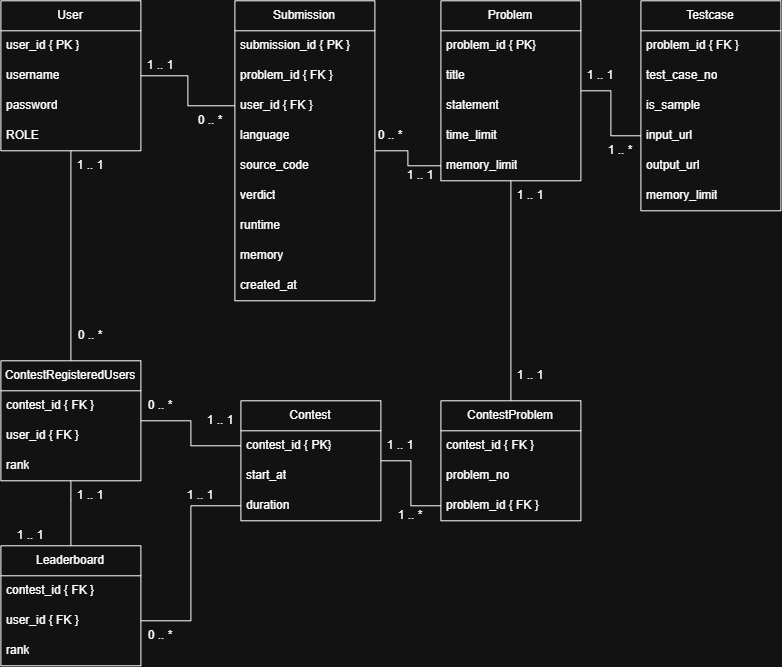
This is Images/OnlineJudgeERD.png from MuhammadTalha57/Online-Judge, a draw.io export, as it was before one commit. Source tidied: cells renumbered, new cells last; positions are measured from the earlier drawing's top-left corner, leaving out a move shared by most shapes.
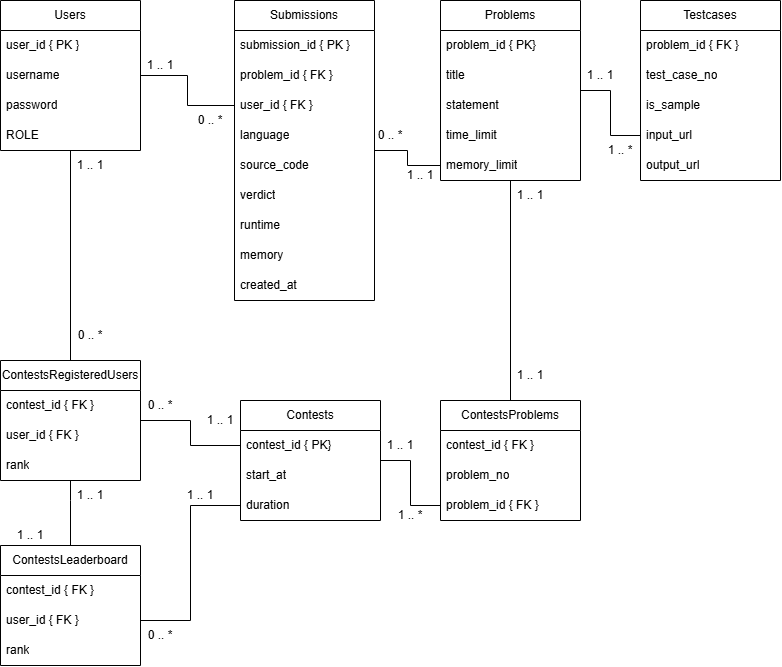
Later version of the same file.

What changed in the source:
```diff
@@ -5,7 +5,7 @@
     <mxCell id="2" style="edgeStyle=orthogonalEdgeStyle;rounded=0;jettySize=auto;html=1;endArrow=none;endFill=0;" parent="1" edge="1" source="3" target="26">
       <mxGeometry relative="1" as="geometry" />
     </mxCell>
-    <mxCell id="3" value="User" style="swimlane;fontStyle=0;horizontal=1;startSize=30;whiteSpace=wrap;html=1;" parent="1" vertex="1">
+    <mxCell id="3" value="Users" style="swimlane;fontStyle=0;horizontal=1;startSize=30;whiteSpace=wrap;html=1;" parent="1" vertex="1">
       <mxGeometry width="140" height="150" as="geometry" />
     </mxCell>
     <mxCell id="4" value="user_id { PK }" style="text;strokeColor=none;fillColor=none;align=left;verticalAlign=middle;spacingLeft=4;spacingRight=4;overflow=hidden;whiteSpace=wrap;html=1;" parent="3" vertex="1">
@@ -23,7 +23,7 @@
     <mxCell id="8" style="edgeStyle=orthogonalEdgeStyle;rounded=0;jettySize=auto;html=1;endArrow=none;endFill=0;" parent="1" edge="1" source="9" target="19">
       <mxGeometry relative="1" as="geometry" />
     </mxCell>
-    <mxCell id="9" value="Problem" style="swimlane;fontStyle=0;horizontal=1;startSize=30;whiteSpace=wrap;html=1;" parent="1" vertex="1">
+    <mxCell id="9" value="Problems" style="swimlane;fontStyle=0;horizontal=1;startSize=30;whiteSpace=wrap;html=1;" parent="1" vertex="1">
       <mxGeometry x="440" width="140" height="180" as="geometry" />
     </mxCell>
     <mxCell id="10" value="problem_id { PK}" style="text;strokeColor=none;fillColor=none;align=left;verticalAlign=middle;spacingLeft=4;spacingRight=4;overflow=hidden;whiteSpace=wrap;html=1;" parent="9" vertex="1">
@@ -41,8 +41,8 @@
     <mxCell id="14" value="memory_limit" style="text;strokeColor=none;fillColor=none;align=left;verticalAlign=middle;spacingLeft=4;spacingRight=4;overflow=hidden;points=[[0,0.5],[1,0.5]];portConstraint=eastwest;whiteSpace=wrap;html=1;" parent="9" vertex="1">
       <mxGeometry y="150" width="140" height="30" as="geometry" />
     </mxCell>
-    <mxCell id="15" value="Testcase" style="swimlane;fontStyle=0;horizontal=1;startSize=30;whiteSpace=wrap;html=1;" parent="1" vertex="1">
-      <mxGeometry x="640" width="140" height="210" as="geometry" />
+    <mxCell id="15" value="Testcases" style="swimlane;fontStyle=0;horizontal=1;startSize=30;whiteSpace=wrap;html=1;" parent="1" vertex="1">
+      <mxGeometry x="640" width="140" height="180" as="geometry" />
     </mxCell>
     <mxCell id="16" value="problem_id { FK }" style="text;strokeColor=none;fillColor=none;align=left;verticalAlign=middle;spacingLeft=4;spacingRight=4;overflow=hidden;whiteSpace=wrap;html=1;" parent="15" vertex="1">
       <mxGeometry y="30" width="140" height="30" as="geometry" />
@@ -59,13 +59,10 @@
     <mxCell id="20" value="output_url" style="text;strokeColor=none;fillColor=none;align=left;verticalAlign=middle;spacingLeft=4;spacingRight=4;overflow=hidden;whiteSpace=wrap;html=1;" parent="15" vertex="1">
       <mxGeometry y="150" width="140" height="30" as="geometry" />
     </mxCell>
-    <mxCell id="21" value="memory_limit" style="text;strokeColor=none;fillColor=none;align=left;verticalAlign=middle;spacingLeft=4;spacingRight=4;overflow=hidden;whiteSpace=wrap;html=1;" parent="15" vertex="1">
-      <mxGeometry y="180" width="140" height="30" as="geometry" />
-    </mxCell>
     <mxCell id="22" style="edgeStyle=orthogonalEdgeStyle;rounded=0;jettySize=auto;html=1;endArrow=none;endFill=0;" parent="1" edge="1" source="23" target="14">
       <mxGeometry relative="1" as="geometry" />
     </mxCell>
-    <mxCell id="23" value="Submission" style="swimlane;fontStyle=0;horizontal=1;startSize=30;whiteSpace=wrap;html=1;" parent="1" vertex="1">
+    <mxCell id="23" value="Submissions" style="swimlane;fontStyle=0;horizontal=1;startSize=30;whiteSpace=wrap;html=1;" parent="1" vertex="1">
       <mxGeometry x="234" width="140" height="300" as="geometry" />
     </mxCell>
     <mxCell id="24" value="submission_id { PK }" style="text;strokeColor=none;fillColor=none;align=left;verticalAlign=middle;spacingLeft=4;spacingRight=4;overflow=hidden;whiteSpace=wrap;html=1;" parent="23" vertex="1">
@@ -98,7 +95,7 @@
     <mxCell id="33" style="edgeStyle=orthogonalEdgeStyle;rounded=0;jettySize=auto;html=1;endArrow=none;endFill=0;" parent="1" edge="1" source="34" target="42">
       <mxGeometry relative="1" as="geometry" />
     </mxCell>
-    <mxCell id="34" value="Contest" style="swimlane;fontStyle=0;horizontal=1;startSize=30;whiteSpace=wrap;html=1;" parent="1" vertex="1">
+    <mxCell id="34" value="Contests" style="swimlane;fontStyle=0;horizontal=1;startSize=30;whiteSpace=wrap;html=1;" parent="1" vertex="1">
       <mxGeometry x="240" y="400" width="140" height="120" as="geometry" />
     </mxCell>
     <mxCell id="35" value="contest_id { PK}" style="text;strokeColor=none;fillColor=none;align=left;verticalAlign=middle;spacingLeft=4;spacingRight=4;overflow=hidden;points=[[0,0.5],[1,0.5]];portConstraint=eastwest;whiteSpace=wrap;html=1;" parent="34" vertex="1">
@@ -113,7 +110,7 @@
     <mxCell id="38" style="edgeStyle=orthogonalEdgeStyle;rounded=0;jettySize=auto;html=1;entryX=0.5;entryY=1;entryDx=0;entryDy=0;endArrow=none;endFill=0;" parent="1" edge="1" source="39" target="9">
       <mxGeometry relative="1" as="geometry" />
     </mxCell>
-    <mxCell id="39" value="ContestProblem" style="swimlane;fontStyle=0;horizontal=1;startSize=30;whiteSpace=wrap;html=1;" parent="1" vertex="1">
+    <mxCell id="39" value="ContestsProblems" style="swimlane;fontStyle=0;horizontal=1;startSize=30;whiteSpace=wrap;html=1;" parent="1" vertex="1">
       <mxGeometry x="440" y="400" width="140" height="120" as="geometry" />
     </mxCell>
     <mxCell id="40" value="contest_id { FK }" style="text;strokeColor=none;fillColor=none;align=left;verticalAlign=middle;spacingLeft=4;spacingRight=4;overflow=hidden;whiteSpace=wrap;html=1;" parent="39" vertex="1">
@@ -133,7 +130,7 @@
         </Array>
       </mxGeometry>
     </mxCell>
-    <mxCell id="44" value="Leaderboard" style="swimlane;fontStyle=0;horizontal=1;startSize=30;whiteSpace=wrap;html=1;" parent="1" vertex="1">
+    <mxCell id="44" value="ContestsLeaderboard" style="swimlane;fontStyle=0;horizontal=1;startSize=30;whiteSpace=wrap;html=1;" parent="1" vertex="1">
       <mxGeometry y="545" width="140" height="120" as="geometry" />
     </mxCell>
     <mxCell id="45" value="contest_id { FK }" style="text;strokeColor=none;fillColor=none;align=left;verticalAlign=middle;spacingLeft=4;spacingRight=4;overflow=hidden;whiteSpace=wrap;html=1;" parent="44" vertex="1">
@@ -151,7 +148,7 @@
     <mxCell id="49" style="edgeStyle=orthogonalEdgeStyle;rounded=0;jettySize=auto;html=1;endArrow=none;endFill=0;" parent="1" edge="1" source="50" target="35">
       <mxGeometry relative="1" as="geometry" />
     </mxCell>
-    <mxCell id="50" value="ContestRegisteredUsers" style="swimlane;fontStyle=0;horizontal=1;startSize=30;whiteSpace=wrap;html=1;" parent="1" vertex="1">
+    <mxCell id="50" value="ContestsRegisteredUsers" style="swimlane;fontStyle=0;horizontal=1;startSize=30;whiteSpace=wrap;html=1;" parent="1" vertex="1">
       <mxGeometry y="360" width="140" height="120" as="geometry" />
     </mxCell>
     <mxCell id="51" value="contest_id { FK }" style="text;strokeColor=none;fillColor=none;align=left;verticalAlign=middle;spacingLeft=4;spacingRight=4;overflow=hidden;whiteSpace=wrap;html=1;" parent="50" vertex="1">
```
